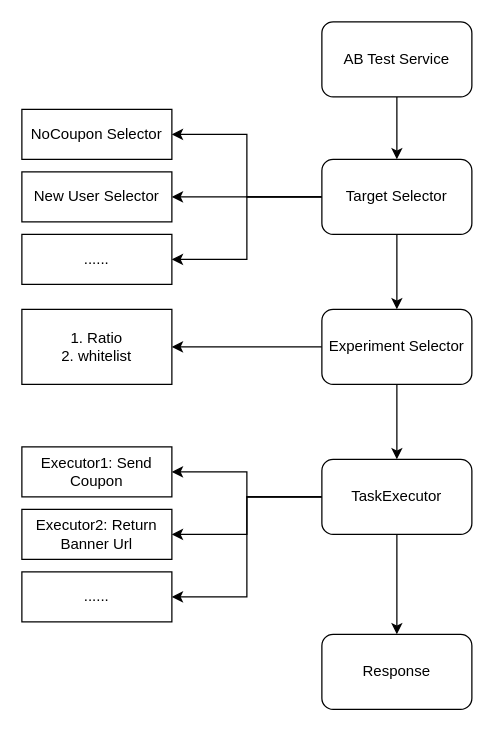
evagle/awesome keeps this draw.io diagram as AB Test Framework.drawio. Above is the earlier version. Source tidied: cells renumbered, new cells numbered last; positions are measured from the earlier drawing's top-left corner, leaving out a move shared by most shapes. Both pictures are drawn from the tidied source at 125%, with x=0, y=0 at pixel (21, 21).
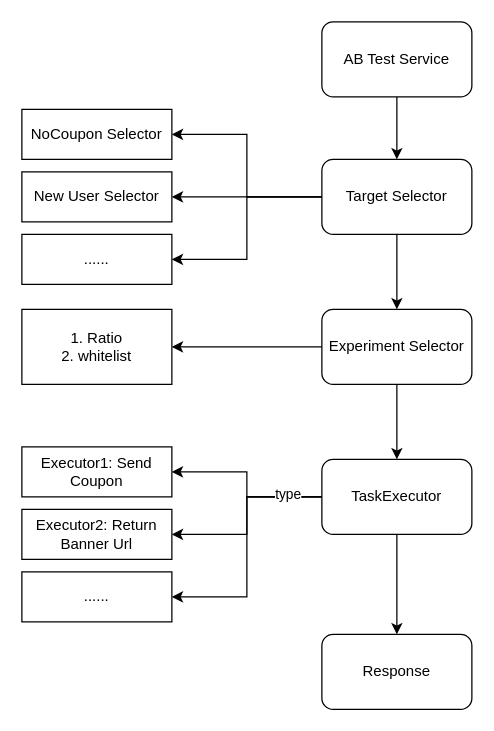
After the change.

Unchanged cells that the change refers to:
```xml
<mxCell id="14" style="edgeStyle=orthogonalEdgeStyle;rounded=0;jettySize=auto;html=1;exitX=0;exitY=0.5;exitDx=0;exitDy=0;entryX=1;entryY=0.5;entryDx=0;entryDy=0;" parent="1" edge="1" source="16" target="23">
  <mxGeometry relative="1" as="geometry" />
</mxCell>
```

What changed in the source:
```diff
@@
+    <mxCell id="25" value="type" style="edgeLabel;html=1;align=center;verticalAlign=middle;" parent="14" vertex="1">
+      <mxGeometry x="-0.72" y="-3" relative="1" as="geometry" />
+    </mxCell>
```
